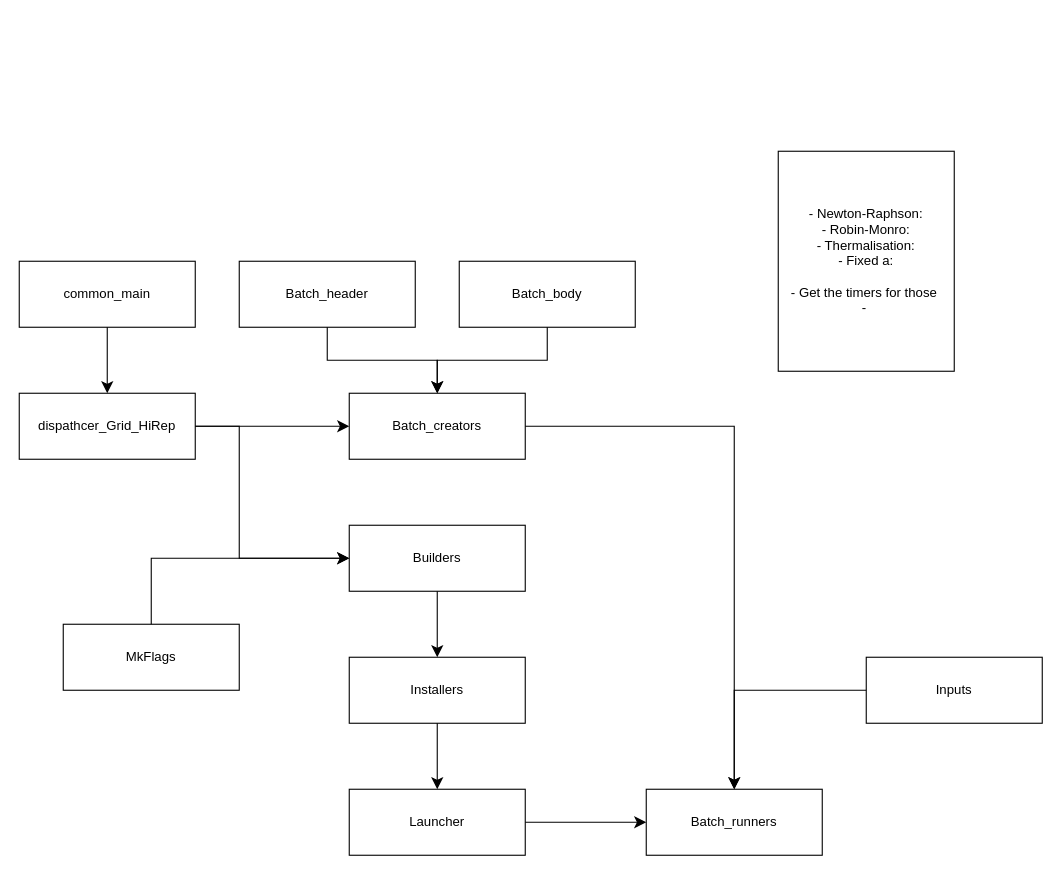
The draw.io diagram doc/Batch_architecture.drawio in fbonnet08/Bench_Grid_HiRep, before the edit. Source tidied: cells renumbered, new cells numbered last; positions are measured from the earlier drawing's top-left corner, leaving out a move shared by most shapes. Both pictures are drawn from the tidied source at 110%, with x=0, y=0 at pixel (19, 151).
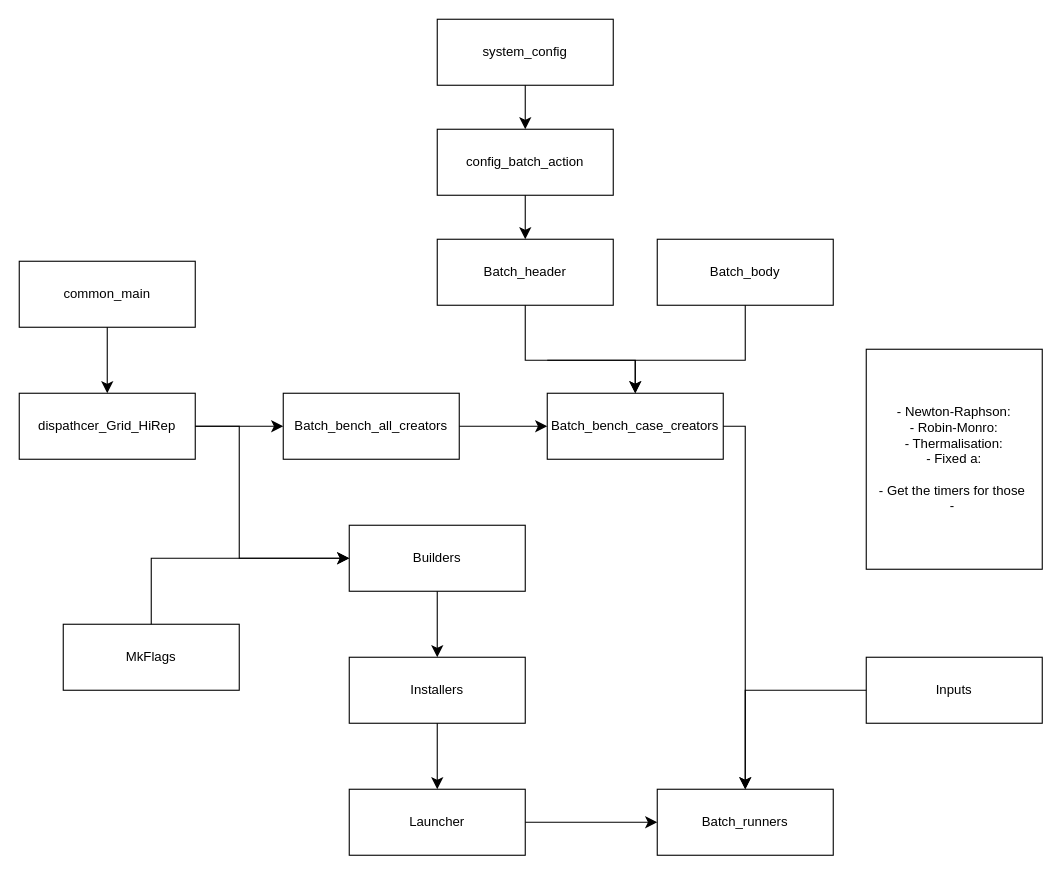
After the change.

Unchanged cells that the change refers to:
```xml
<mxCell id="3" value="dispathcer_Grid_HiRep" style="rounded=0;whiteSpace=wrap;html=1;" parent="1" vertex="1">
  <mxGeometry y="220" width="160" height="60" as="geometry" />
</mxCell>
<mxCell id="20" value="Inputs" style="rounded=0;whiteSpace=wrap;html=1;" parent="1" vertex="1">
  <mxGeometry x="770" y="460" width="160" height="60" as="geometry" />
</mxCell>
```

The edit, as a diff of the source:
```diff
@@
-    <mxCell id="7" value="Batch_creators" style="rounded=0;whiteSpace=wrap;html=1;" parent="1" vertex="1">
-      <mxGeometry x="300" y="220" width="160" height="60" as="geometry" />
+    <mxCell id="7" value="Batch_bench_case_creators" style="rounded=0;whiteSpace=wrap;html=1;" parent="1" vertex="1">
+      <mxGeometry x="480" y="220" width="160" height="60" as="geometry" />
     </mxCell>
     <mxCell id="8" value="Batch_header" style="rounded=0;whiteSpace=wrap;html=1;" parent="1" vertex="1">
-      <mxGeometry x="200" y="100" width="160" height="60" as="geometry" />
+      <mxGeometry x="380" y="80" width="160" height="60" as="geometry" />
     </mxCell>
     <mxCell id="9" value="Batch_body" style="rounded=0;whiteSpace=wrap;html=1;" parent="1" vertex="1">
-      <mxGeometry x="400" y="100" width="160" height="60" as="geometry" />
+      <mxGeometry x="580" y="80" width="160" height="60" as="geometry" />
     </mxCell>
@@
     <mxCell id="11" style="edgeStyle=segmentEdgeStyle;endArrow=classic;html=1;curved=0;rounded=0;endSize=8;startSize=8;exitX=0.5;exitY=1;exitDx=0;exitDy=0;entryX=0.5;entryY=0;entryDx=0;entryDy=0;" parent="1" edge="1" source="8" target="7">
       <mxGeometry relative="1" as="geometry">
         <Array as="points">
-          <mxPoint x="280" y="190" />
-          <mxPoint x="380" y="190" />
+          <mxPoint x="460" y="190" />
+          <mxPoint x="560" y="190" />
         </Array>
       </mxGeometry>
     </mxCell>
@@
-    <mxCell id="13" style="edgeStyle=segmentEdgeStyle;endArrow=classic;html=1;curved=0;rounded=0;endSize=8;startSize=8;exitX=1;exitY=0.5;exitDx=0;exitDy=0;entryX=0;entryY=0.5;entryDx=0;entryDy=0;" parent="1" edge="1" source="3" target="7">
+    <mxCell id="13" style="edgeStyle=segmentEdgeStyle;endArrow=classic;html=1;curved=0;rounded=0;endSize=8;startSize=8;exitX=1;exitY=0.5;exitDx=0;exitDy=0;entryX=0;entryY=0.5;entryDx=0;entryDy=0;" parent="1" edge="1" source="3" target="29">
       <mxGeometry relative="1" as="geometry" />
     </mxCell>
@@
     <mxCell id="15" value="Batch_runners" style="rounded=0;whiteSpace=wrap;html=1;" parent="1" vertex="1">
-      <mxGeometry x="570" y="580" width="160" height="60" as="geometry" />
+      <mxGeometry x="580" y="580" width="160" height="60" as="geometry" />
     </mxCell>
     <mxCell id="16" style="edgeStyle=segmentEdgeStyle;endArrow=classic;html=1;curved=0;rounded=0;endSize=8;startSize=8;entryX=0.5;entryY=0;entryDx=0;entryDy=0;exitX=1;exitY=0.5;exitDx=0;exitDy=0;" parent="1" edge="1" source="7" target="15">
       <mxGeometry relative="1" as="geometry">
         <Array as="points">
-          <mxPoint x="650" y="250" />
+          <mxPoint x="660" y="250" />
         </Array>
       </mxGeometry>
     </mxCell>
@@
     <mxCell id="21" style="edgeStyle=segmentEdgeStyle;endArrow=classic;html=1;curved=0;rounded=0;endSize=8;startSize=8;entryX=0.5;entryY=0;entryDx=0;entryDy=0;exitX=0;exitY=0.5;exitDx=0;exitDy=0;" parent="1" edge="1" source="20" target="15">
       <mxGeometry relative="1" as="geometry">
         <Array as="points">
-          <mxPoint x="650" y="490" />
+          <mxPoint x="660" y="490" />
         </Array>
       </mxGeometry>
     </mxCell>
@@
     <mxCell id="24" value="- Newton-Raphson:&lt;br&gt;- Robin-Monro:&lt;br&gt;- Thermalisation:&lt;br&gt;- Fixed a:&lt;br&gt;&lt;br&gt;- Get the timers for those&amp;nbsp;&lt;br&gt;-&amp;nbsp;" style="rounded=0;whiteSpace=wrap;html=1;" parent="1" vertex="1">
-      <mxGeometry x="690" width="160" height="200" as="geometry" />
+      <mxGeometry x="770" y="180" width="160" height="200" as="geometry" />
     </mxCell>
+    <mxCell id="25" value="system_config" style="rounded=0;whiteSpace=wrap;html=1;" parent="1" vertex="1">
+      <mxGeometry x="380" y="-120" width="160" height="60" as="geometry" />
+    </mxCell>
+    <mxCell id="26" value="config_batch_action" style="rounded=0;whiteSpace=wrap;html=1;" parent="1" vertex="1">
+      <mxGeometry x="380" y="-20" width="160" height="60" as="geometry" />
+    </mxCell>
+    <mxCell id="27" style="edgeStyle=segmentEdgeStyle;endArrow=classic;html=1;curved=0;rounded=0;endSize=8;startSize=8;exitX=0.5;exitY=1;exitDx=0;exitDy=0;entryX=0.5;entryY=0;entryDx=0;entryDy=0;" parent="1" edge="1" source="25" target="26">
+      <mxGeometry relative="1" as="geometry">
+        <Array as="points">
+          <mxPoint x="460" y="-60" />
+          <mxPoint x="460" y="-60" />
+        </Array>
+      </mxGeometry>
+    </mxCell>
+    <mxCell id="28" style="edgeStyle=segmentEdgeStyle;endArrow=classic;html=1;curved=0;rounded=0;endSize=8;startSize=8;exitX=0.5;exitY=1;exitDx=0;exitDy=0;entryX=0.5;entryY=0;entryDx=0;entryDy=0;" parent="1" edge="1" source="26" target="8">
+      <mxGeometry relative="1" as="geometry">
+        <Array as="points">
+          <mxPoint x="460" y="50" />
+          <mxPoint x="460" y="50" />
+        </Array>
+      </mxGeometry>
+    </mxCell>
+    <mxCell id="29" value="Batch_bench_all_creators" style="rounded=0;whiteSpace=wrap;html=1;" parent="1" vertex="1">
+      <mxGeometry x="240" y="220" width="160" height="60" as="geometry" />
+    </mxCell>
+    <mxCell id="30" style="edgeStyle=segmentEdgeStyle;endArrow=classic;html=1;curved=0;rounded=0;endSize=8;startSize=8;exitX=1;exitY=0.5;exitDx=0;exitDy=0;entryX=0;entryY=0.5;entryDx=0;entryDy=0;" parent="1" edge="1" source="29" target="7">
+      <mxGeometry relative="1" as="geometry" />
+    </mxCell>
```
